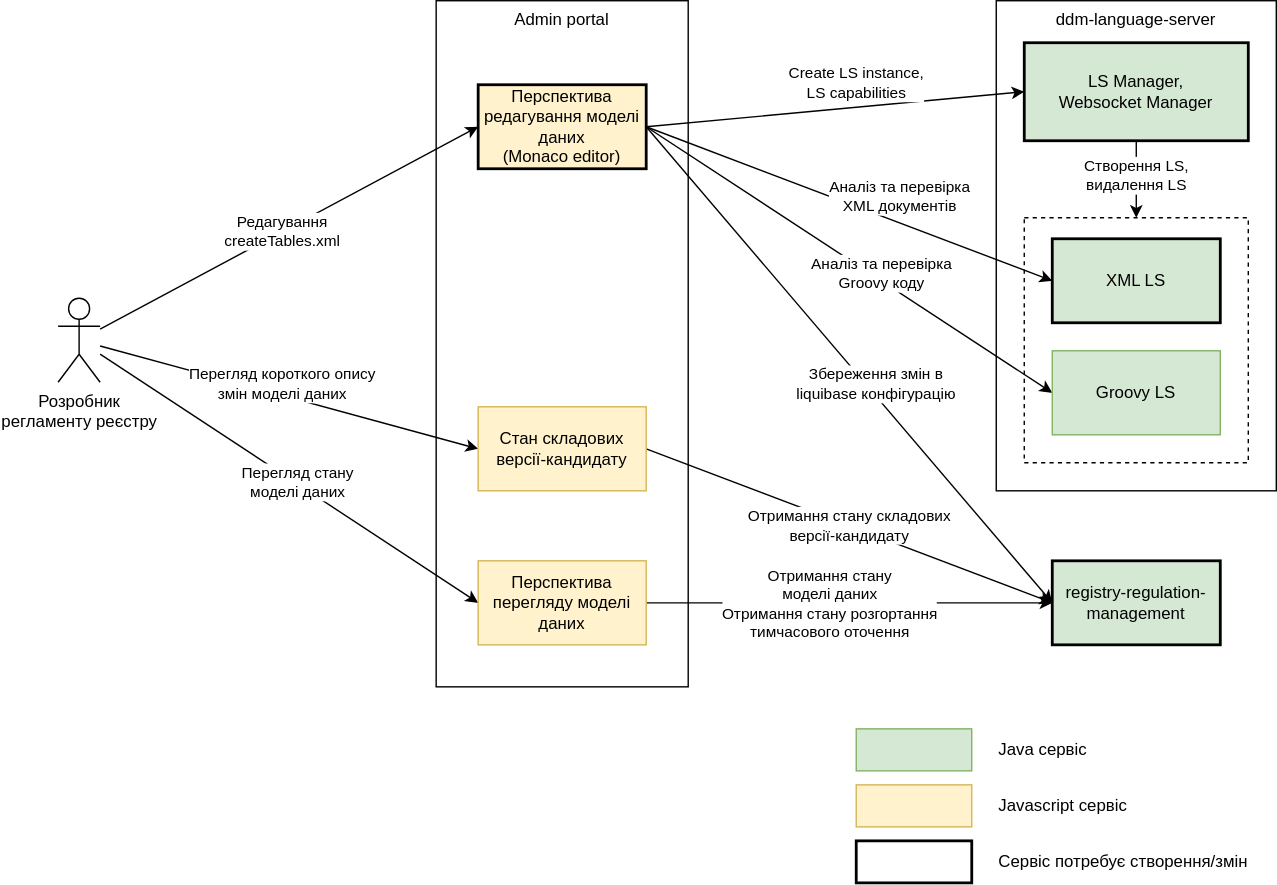
Earlier version of the draw.io export modules/arch/images/architecture-workspace/platform-evolution/edit-data-model-version-candidate/edit-data-model-target-design.svg (epam/edp-ddm-architecture). Source tidied: cells renumbered, new cells last; positions are measured from the earlier drawing's top-left corner, leaving out a move shared by most shapes.
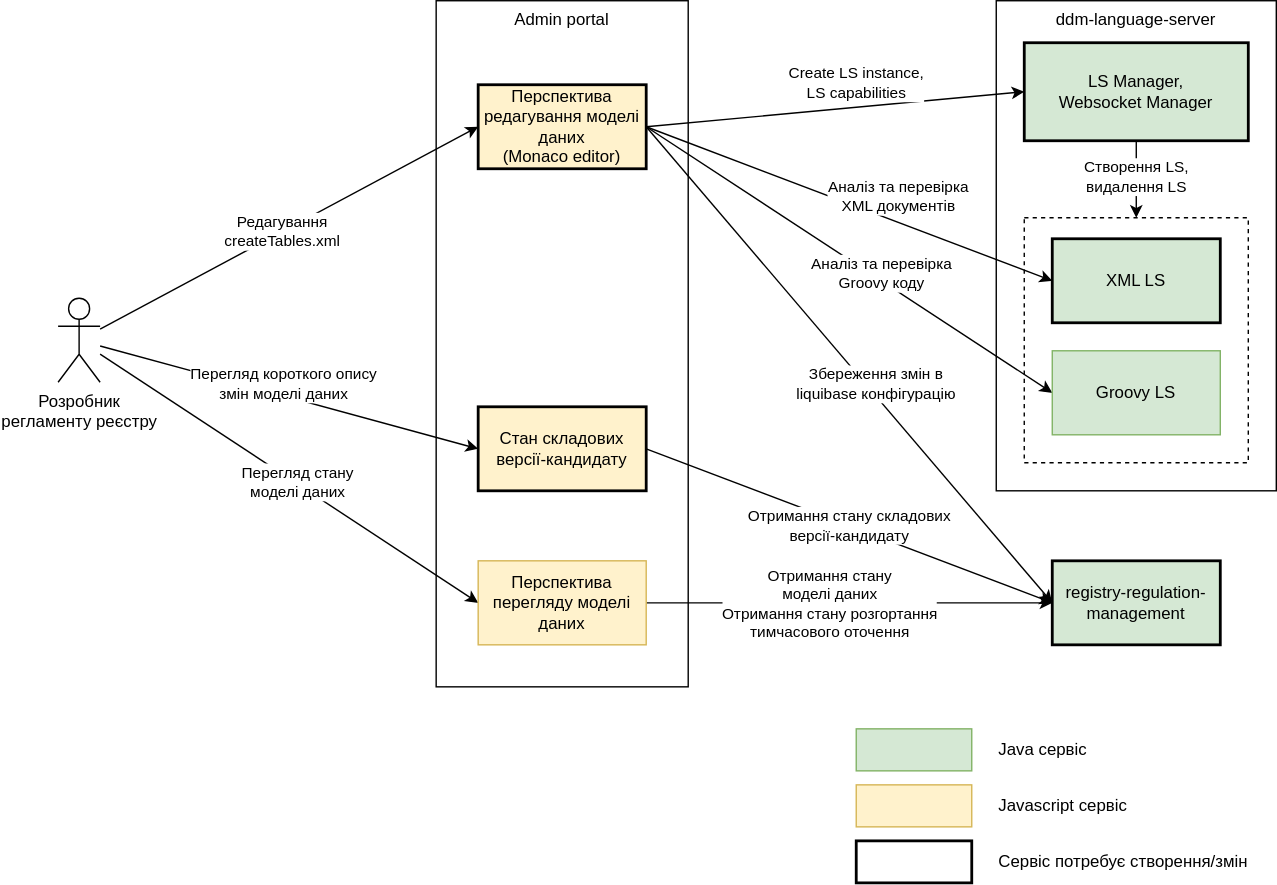
The same file after the commit.

Commit message:
[EDP-DDM-22773] Admin portal: edit data-model transition design

The edit, as a diff of the source:
```diff
@@ -105,7 +105,7 @@
     <mxCell id="30" value="Отримання стану складових&lt;br&gt;версії-кандидату" style="edgeStyle=none;rounded=0;jettySize=auto;html=1;entryX=0;entryY=0.5;entryDx=0;entryDy=0;startArrow=none;startFill=0;exitX=1;exitY=0.5;exitDx=0;exitDy=0;" parent="1" edge="1" source="31" target="29">
       <mxGeometry relative="1" as="geometry" />
     </mxCell>
-    <mxCell id="31" value="Стан складових версії-кандидату" style="rounded=0;whiteSpace=wrap;html=1;fillColor=#fff2cc;strokeColor=#d6b656;" parent="1" vertex="1">
+    <mxCell id="31" value="Стан складових версії-кандидату" style="rounded=0;whiteSpace=wrap;html=1;fillColor=#fff2cc;strokeColor=#000000;strokeWidth=2;" parent="1" vertex="1">
       <mxGeometry x="300" y="290" width="120" height="60" as="geometry" />
     </mxCell>
     <mxCell id="32" style="rounded=0;whiteSpace=wrap;html=1;fillColor=#d5e8d4;strokeColor=#82b366;" parent="1" vertex="1">
```
